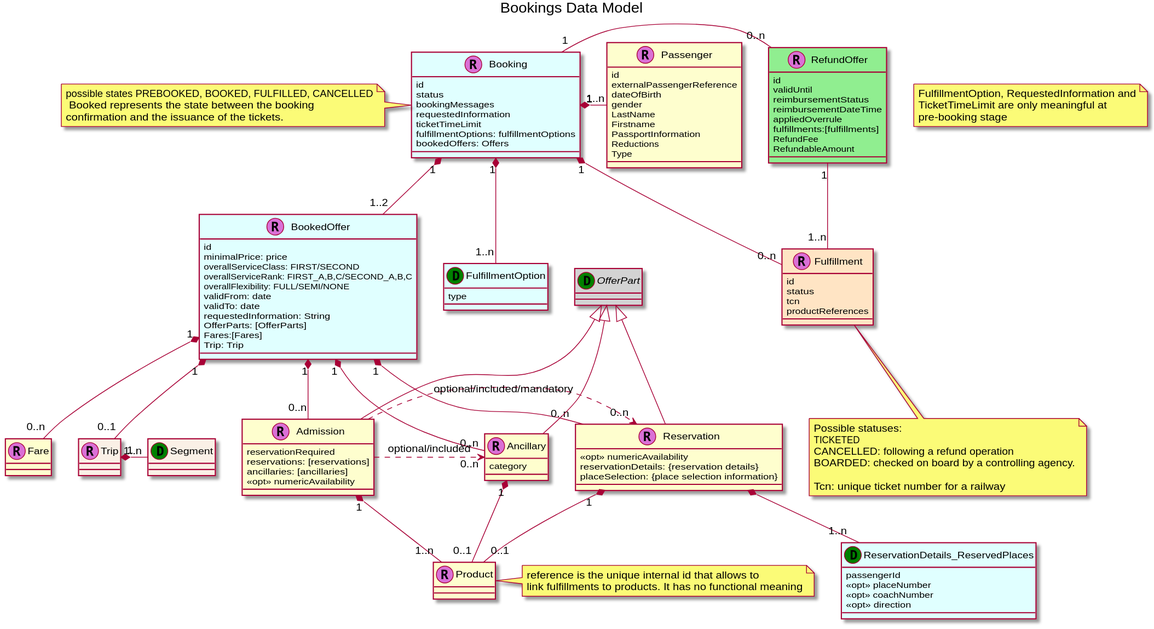
The PlantUML diagram images/models/bookings-data-model.svg in UnionInternationalCheminsdeFer/OSDM, before a commit. Its diagram source:
```plantuml
@startuml
title: Bookings Data Model

class Trip <<R,Orchid>> #linen {
}

class Segment <<D, Green>> #linen {
}

class BookedOffer <<R,orchid>> #lightcyan {
id
minimalPrice: price
overallServiceClass: FIRST/SECOND
overallServiceRank: FIRST_A,B,C/SECOND_A,B,C
overallFlexibility: FULL/SEMI/NONE
validFrom: date
validTo: date
requestedInformation: String
OfferParts: [OfferParts]
Fares:[Fares]
Trip: Trip
}

abstract class OfferPart <<D,green>> #lightgrey {
}

class Ancillary <<R,orchid>> {
category
}

class Admission <<R,orchid>> {
reservationRequired
reservations: [reservations]
ancillaries: [ancillaries]
<<opt>> numericAvailability
}

class Reservation<<R,orchid>> {
<<opt>> numericAvailability
reservationDetails: {reservation details}
placeSelection: {place selection information}
}

class Product <<R,orchid>> {
}

class Fare <<R,orchid>> {

}

class Passenger <<R, orchid>> {
id
externalPassengerReference
dateOfBirth
gender
LastName
Firstname
PassportInformation
Reductions
Type
}

class Booking <<R,orchid>> #lightcyan {
id
status
bookingMessages
requestedInformation
ticketTimeLimit
fulfillmentOptions: fulfillmentOptions
bookedOffers: Offers

}
note left: possible states PREBOOKED, BOOKED, FULFILLED, CANCELLED\n Booked represents the state between the booking\nconfirmation and the issuance of the tickets.

class FulfillmentOption <<D,green>> #lightcyan  {
type
}

class ReservationDetails_ReservedPlaces<<D, green>> #lightcyan {
passengerId
<<opt>> placeNumber
<<opt>> coachNumber
<<opt>> direction
}

note right of Product
reference is the unique internal id that allows to
link fulfillments to products. It has no functional meaning
end note

class Fulfillment  <<R,orchid>> #bisque{
id
status
tcn
productReferences
}

class RefundOffer <<R, orchid>> #lightgreen {
  id
  validUntil
  reimbursementStatus
  reimbursementDateTime
  appliedOverrule
  fulfillments:[fulfillments]
  RefundFee
  RefundableAmount
}

note bottom of Fulfillment
Possible statuses:
TICKETED
CANCELLED: following a refund operation
BOARDED: checked on board by a controlling agency.

Tcn:  unique ticket number for a railway
end note

Booking "1"*-"1..n" Passenger
Booking "1"*--"1..n" FulfillmentOption
Booking "1"-"0..n" RefundOffer
RefundOffer "1"--"1..n" Fulfillment

Booking "1"*--"1..2" BookedOffer
Trip "1" *- "1..n" Segment
Booking "1"*--"0..n" Fulfillment

Admission "1"*--"1..n" Product
Reservation"1"*--"0..1" Product
Ancillary "1"*--"0..1" Product

BookedOffer "1" *-- "0..n" Admission
BookedOffer "1" *-- "0..n" Reservation
BookedOffer "1" *-- "0..n" Fare
BookedOffer "1" *-- "0..n" Ancillary
BookedOffer "1"*--"0..1" Trip
OfferPart <|-- Admission
OfferPart <|-- Reservation
OfferPart <|-- Ancillary
Admission .>"0..n" Reservation:optional/included/mandatory
Admission .>"0..n" Ancillary:optional/included
Reservation*--"1..n" ReservationDetails_ReservedPlaces

note as floatingNote
FulfillmentOption, RequestedInformation and
TicketTimeLimit are only meaningful at
pre-booking stage
end note
@enduml
```
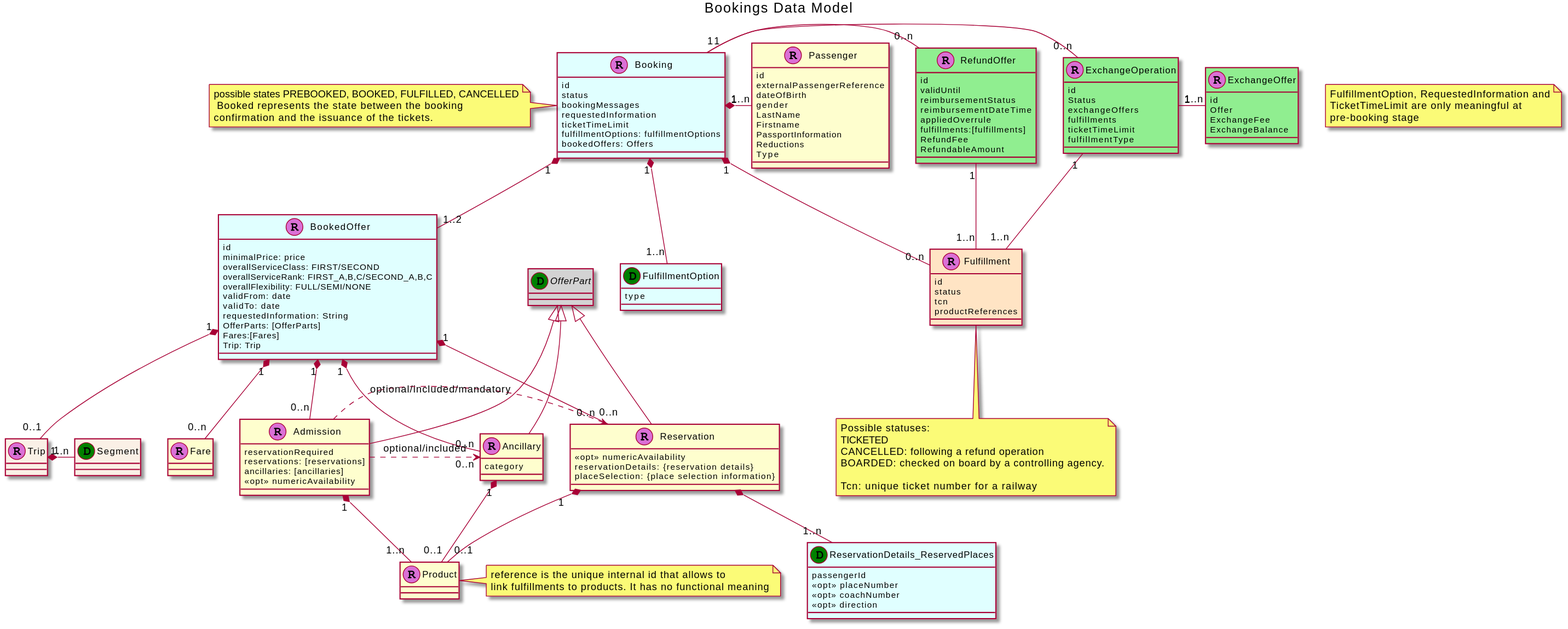
The same diagram one commit later.

Commit message:
added exchange to the booking data model

The edit, as a diff of the source:
```diff
@@ -19,6 +19,13 @@
 OfferParts: [OfferParts]
 Fares:[Fares]
 Trip: Trip
+}
+
+class ExchangeOffer <<R,orchid>> #lightgreen {
+id
+Offer
+ExchangeFee
+ExchangeBalance
 }
 
 abstract class OfferPart <<D,green>> #lightgrey {
@@ -106,6 +113,15 @@
   RefundableAmount
 }
 
+class ExchangeOperation <<R, orchid>> #lightgreen {
+     id
+     Status
+     exchangeOffers
+     fulfillments
+     ticketTimeLimit
+     fulfillmentType
+}
+
 note bottom of Fulfillment
 Possible statuses:
 TICKETED
@@ -118,8 +134,10 @@
 Booking "1"*-"1..n" Passenger
 Booking "1"*--"1..n" FulfillmentOption
 Booking "1"-"0..n" RefundOffer
+Booking "1"-"0..n" ExchangeOperation
 RefundOffer "1"--"1..n" Fulfillment
-
+ExchangeOperation "1"--"1..n" Fulfillment
+ExchangeOperation "1"-"1..n" ExchangeOffer
 Booking "1"*--"1..2" BookedOffer
 Trip "1" *- "1..n" Segment
 Booking "1"*--"0..n" Fulfillment
```
